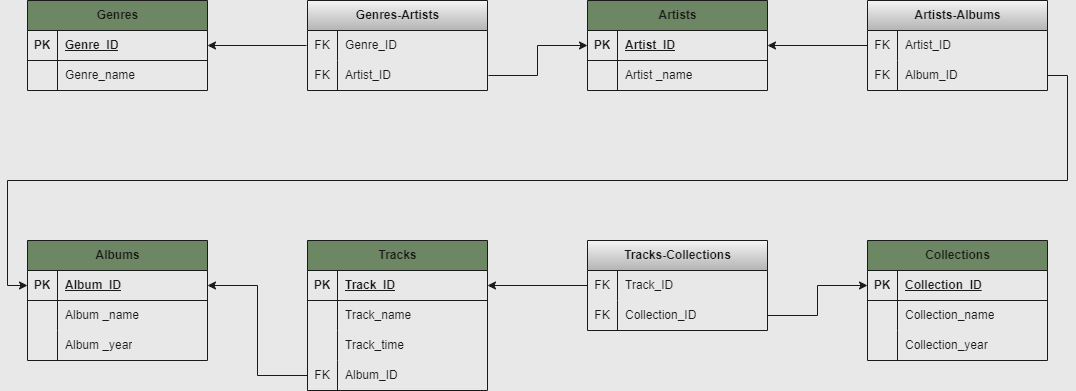
The draw.io diagram Home_work_database_2.drawio.png in semenov-vasily/Home_work_database, before a commit. Source tidied: cells renumbered, new cells last; positions are measured from the earlier drawing's top-left corner, leaving out a move shared by most shapes.
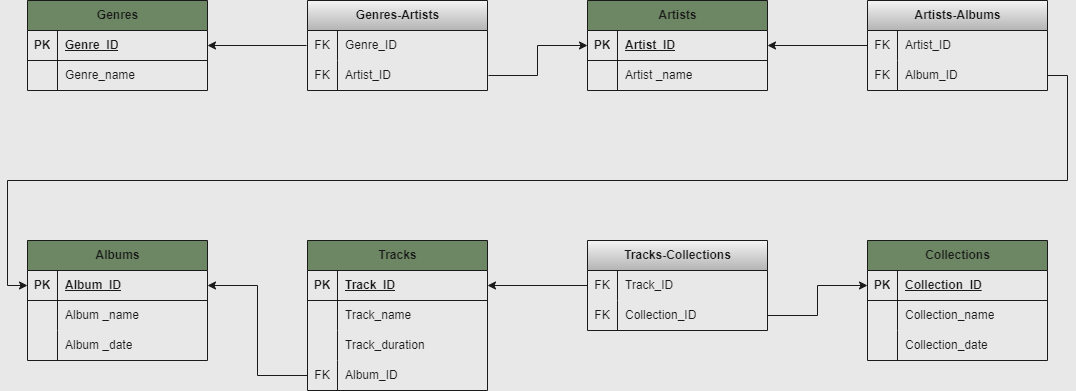
The same diagram one commit later.

The edit, as a diff of the source:
```diff
@@ -71,7 +71,7 @@
     <mxCell id="24" style="shape=partialRectangle;fillColor=none;top=0;left=0;bottom=0;right=0;overflow=hidden;whiteSpace=wrap;html=1;rounded=0;labelBackgroundColor=none;strokeColor=#1A1A1A;fontColor=#1A1A1A;labelBorderColor=none;swimlaneLine=1;shadow=0;fixDash=0;enumerate=0;comic=0;backgroundOutline=0;strokeWidth=1;" parent="23" vertex="1">
       <mxGeometry width="30" height="30" as="geometry" />
     </mxCell>
-    <mxCell id="25" value="Album _year" style="shape=partialRectangle;fillColor=none;top=0;left=0;bottom=0;right=0;align=left;spacingLeft=6;overflow=hidden;whiteSpace=wrap;html=1;rounded=0;labelBackgroundColor=none;strokeColor=#1A1A1A;fontColor=#1A1A1A;labelBorderColor=none;swimlaneLine=1;shadow=0;fixDash=0;enumerate=0;comic=0;backgroundOutline=0;strokeWidth=1;" parent="23" vertex="1">
+    <mxCell id="25" value="Album _date" style="shape=partialRectangle;fillColor=none;top=0;left=0;bottom=0;right=0;align=left;spacingLeft=6;overflow=hidden;whiteSpace=wrap;html=1;rounded=0;labelBackgroundColor=none;strokeColor=#1A1A1A;fontColor=#1A1A1A;labelBorderColor=none;swimlaneLine=1;shadow=0;fixDash=0;enumerate=0;comic=0;backgroundOutline=0;strokeWidth=1;" parent="23" vertex="1">
       <mxGeometry x="30" width="150" height="30" as="geometry" />
     </mxCell>
     <mxCell id="26" value="Tracks" style="shape=table;startSize=30;rowLines=0;fontStyle=1;align=center;html=1;rounded=0;swimlaneLine=1;labelBackgroundColor=none;fillColor=#6d8764;strokeColor=#1A1A1A;fontColor=#1A1A1A;labelBorderColor=none;shadow=0;fixDash=0;enumerate=0;comic=0;backgroundOutline=0;strokeWidth=1;" parent="1" vertex="1">
@@ -101,7 +101,7 @@
     <mxCell id="34" style="shape=partialRectangle;fillColor=none;top=0;left=0;bottom=0;right=0;overflow=hidden;whiteSpace=wrap;html=1;rounded=0;labelBackgroundColor=none;strokeColor=#1A1A1A;fontColor=#1A1A1A;labelBorderColor=none;swimlaneLine=1;shadow=0;fixDash=0;enumerate=0;comic=0;backgroundOutline=0;strokeWidth=1;" parent="33" vertex="1">
       <mxGeometry width="30" height="30" as="geometry" />
     </mxCell>
-    <mxCell id="35" value="Track_time" style="shape=partialRectangle;fillColor=none;top=0;left=0;bottom=0;right=0;align=left;spacingLeft=6;overflow=hidden;whiteSpace=wrap;html=1;rounded=0;labelBackgroundColor=none;strokeColor=#1A1A1A;fontColor=#1A1A1A;labelBorderColor=none;swimlaneLine=1;shadow=0;fixDash=0;enumerate=0;comic=0;backgroundOutline=0;strokeWidth=1;" parent="33" vertex="1">
+    <mxCell id="35" value="Track_duration" style="shape=partialRectangle;fillColor=none;top=0;left=0;bottom=0;right=0;align=left;spacingLeft=6;overflow=hidden;whiteSpace=wrap;html=1;rounded=0;labelBackgroundColor=none;strokeColor=#1A1A1A;fontColor=#1A1A1A;labelBorderColor=none;swimlaneLine=1;shadow=0;fixDash=0;enumerate=0;comic=0;backgroundOutline=0;strokeWidth=1;" parent="33" vertex="1">
       <mxGeometry x="30" width="150" height="30" as="geometry" />
     </mxCell>
     <mxCell id="36" style="shape=tableRow;horizontal=0;startSize=0;swimlaneHead=0;swimlaneBody=0;fillColor=none;points=[[0,0.5],[1,0.5]];portConstraint=eastwest;top=0;left=0;right=0;bottom=0;rounded=0;labelBackgroundColor=none;strokeColor=#1A1A1A;fontColor=#1A1A1A;labelBorderColor=none;swimlaneLine=1;shadow=0;snapToPoint=0;fixDash=0;enumerate=0;comic=0;backgroundOutline=0;strokeWidth=1;" parent="26" vertex="1">
@@ -197,7 +197,7 @@
     <mxCell id="66" style="shape=partialRectangle;fillColor=none;top=0;left=0;bottom=0;right=0;overflow=hidden;whiteSpace=wrap;html=1;strokeColor=#1A1A1A;fontColor=#1A1A1A;labelBorderColor=none;swimlaneLine=1;shadow=0;fixDash=0;enumerate=0;comic=0;backgroundOutline=0;strokeWidth=1;" parent="65" vertex="1">
       <mxGeometry width="30" height="30" as="geometry" />
     </mxCell>
-    <mxCell id="67" value="Collection_year" style="shape=partialRectangle;fillColor=none;top=0;left=0;bottom=0;right=0;align=left;spacingLeft=6;overflow=hidden;whiteSpace=wrap;html=1;strokeColor=#1A1A1A;fontColor=#1A1A1A;labelBorderColor=none;swimlaneLine=1;shadow=0;fixDash=0;enumerate=0;comic=0;backgroundOutline=0;strokeWidth=1;" parent="65" vertex="1">
+    <mxCell id="67" value="Collection_date" style="shape=partialRectangle;fillColor=none;top=0;left=0;bottom=0;right=0;align=left;spacingLeft=6;overflow=hidden;whiteSpace=wrap;html=1;strokeColor=#1A1A1A;fontColor=#1A1A1A;labelBorderColor=none;swimlaneLine=1;shadow=0;fixDash=0;enumerate=0;comic=0;backgroundOutline=0;strokeWidth=1;" parent="65" vertex="1">
       <mxGeometry x="30" width="150" height="30" as="geometry" />
     </mxCell>
     <mxCell id="68" value="Tracks-Collections" style="shape=table;startSize=30;rowLines=0;fontStyle=1;align=center;html=1;fillColor=#f5f5f5;gradientColor=#b3b3b3;strokeColor=#1A1A1A;fontColor=#1A1A1A;labelBorderColor=none;swimlaneLine=1;shadow=0;fixDash=0;enumerate=0;comic=0;backgroundOutline=0;strokeWidth=1;" parent="1" vertex="1">
```
